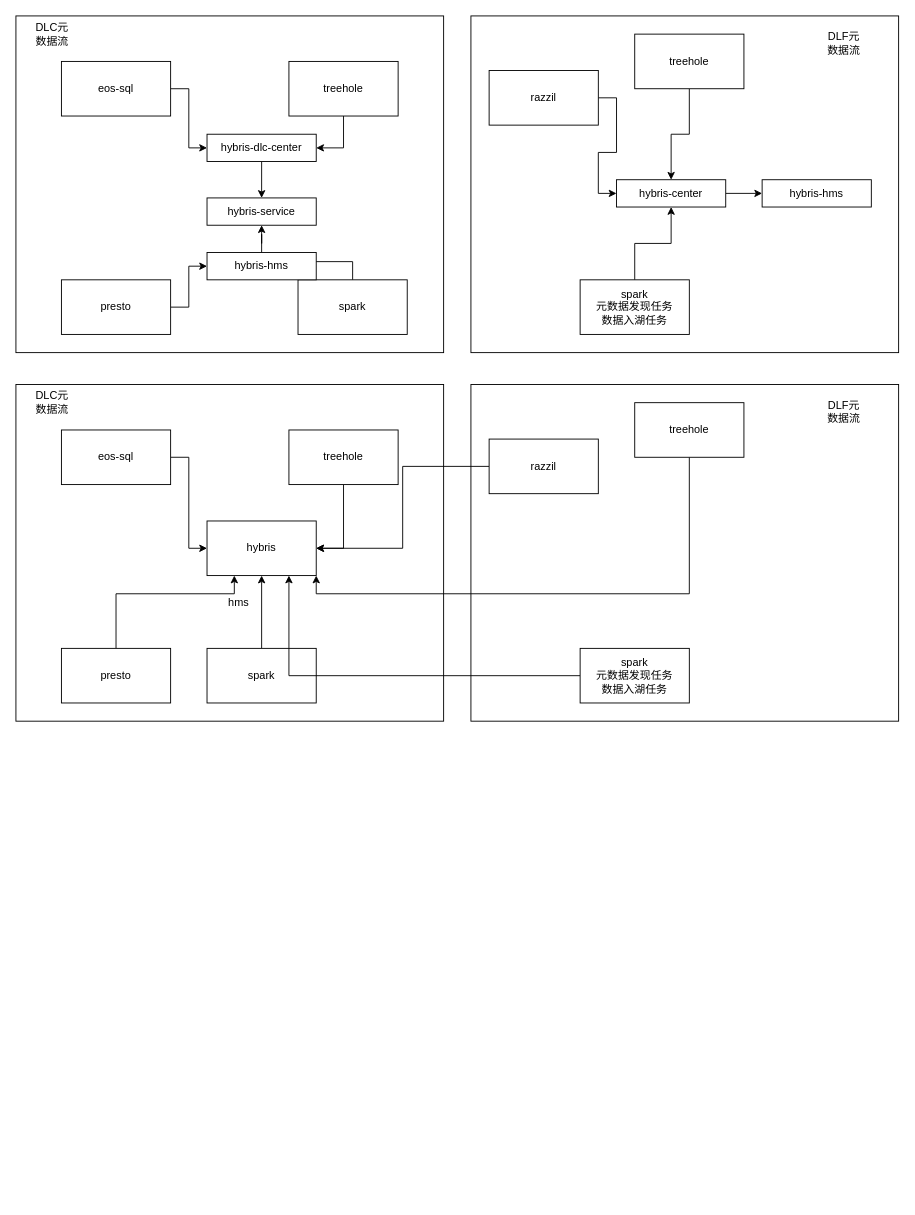
This is DLC DLF元数据打通方案.drawio from yuhuali1989/ui, a draw.io file, before an edit. Source tidied: cells renumbered, new cells numbered last; positions are measured from the earlier drawing's top-left corner, leaving out a move shared by most shapes. Both pictures are drawn from the tidied source at 91%, with x=0, y=0 at pixel (15, 15).
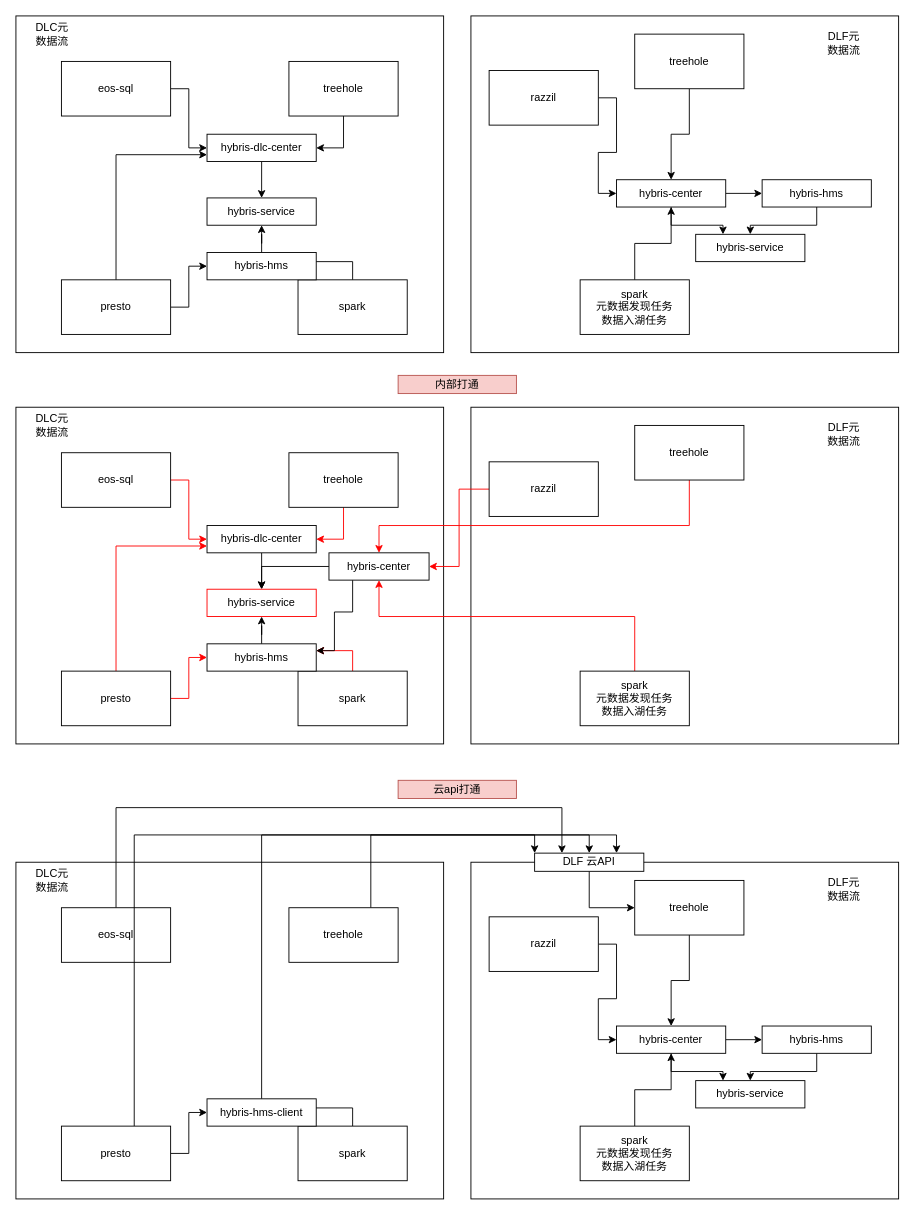
The same diagram, later.

Commit message:
Update DLC DLF元数据打通方案.drawio

The change refers to these unchanged cells:
```xml
<mxCell id="5" value="hybris-dlc-center" style="rounded=0;whiteSpace=wrap;html=1;" parent="1" vertex="1">
  <mxGeometry x="210" y="130" width="120" height="30" as="geometry" />
</mxCell>
<mxCell id="9" value="presto" style="rounded=0;whiteSpace=wrap;html=1;" parent="1" vertex="1">
  <mxGeometry x="50" y="290" width="120" height="60" as="geometry" />
</mxCell>
<mxCell id="17" value="hybris-center" style="rounded=0;whiteSpace=wrap;html=1;" parent="1" vertex="1">
  <mxGeometry x="660" y="180" width="120" height="30" as="geometry" />
</mxCell>
<mxCell id="46" value="hybris-hms" style="rounded=0;whiteSpace=wrap;html=1;" parent="1" vertex="1">
  <mxGeometry x="820" y="180" width="120" height="30" as="geometry" />
</mxCell>
```

The edit, as a diff of the source:
```diff
@@
+    <mxCell id="48" style="edgeStyle=orthogonalEdgeStyle;rounded=0;jettySize=auto;html=1;entryX=0;entryY=0.75;entryDx=0;entryDy=0;" parent="1" edge="1" source="9" target="5">
+      <mxGeometry relative="1" as="geometry">
+        <Array as="points">
+          <mxPoint x="110" y="153" />
+        </Array>
+      </mxGeometry>
+    </mxCell>
@@
+    <mxCell id="49" style="edgeStyle=orthogonalEdgeStyle;rounded=0;jettySize=auto;html=1;entryX=0.25;entryY=0;entryDx=0;entryDy=0;" parent="1" edge="1" source="17" target="51">
+      <mxGeometry relative="1" as="geometry" />
+    </mxCell>
@@
-    <mxCell id="24" style="rounded=0;whiteSpace=wrap;html=1;" parent="1" vertex="1">
-      <mxGeometry x="500" y="405" width="470" height="370" as="geometry" />
-    </mxCell>
-    <mxCell id="25" style="rounded=0;whiteSpace=wrap;html=1;" parent="1" vertex="1">
-      <mxGeometry y="405" width="470" height="370" as="geometry" />
-    </mxCell>
-    <mxCell id="26" value="hybris" style="rounded=0;whiteSpace=wrap;html=1;" parent="1" vertex="1">
-      <mxGeometry x="210" y="555" width="120" height="60" as="geometry" />
-    </mxCell>
-    <mxCell id="27" style="edgeStyle=orthogonalEdgeStyle;rounded=0;jettySize=auto;html=1;entryX=0;entryY=0.5;entryDx=0;entryDy=0;" parent="1" edge="1" source="28" target="26">
-      <mxGeometry relative="1" as="geometry" />
-    </mxCell>
-    <mxCell id="28" value="eos-sql" style="rounded=0;whiteSpace=wrap;html=1;" parent="1" vertex="1">
-      <mxGeometry x="50" y="455" width="120" height="60" as="geometry" />
-    </mxCell>
-    <mxCell id="29" style="edgeStyle=orthogonalEdgeStyle;rounded=0;jettySize=auto;html=1;entryX=0.25;entryY=1;entryDx=0;entryDy=0;" parent="1" edge="1" source="30" target="26">
-      <mxGeometry relative="1" as="geometry">
-        <Array as="points">
-          <mxPoint x="110" y="635" />
-          <mxPoint x="240" y="635" />
-        </Array>
-      </mxGeometry>
-    </mxCell>
-    <mxCell id="30" value="presto" style="rounded=0;whiteSpace=wrap;html=1;" parent="1" vertex="1">
-      <mxGeometry x="50" y="695" width="120" height="60" as="geometry" />
-    </mxCell>
-    <mxCell id="31" style="edgeStyle=orthogonalEdgeStyle;rounded=0;jettySize=auto;html=1;entryX=0.5;entryY=1;entryDx=0;entryDy=0;" parent="1" edge="1" source="32" target="26">
-      <mxGeometry relative="1" as="geometry" />
-    </mxCell>
-    <mxCell id="32" value="spark" style="rounded=0;whiteSpace=wrap;html=1;" parent="1" vertex="1">
-      <mxGeometry x="210" y="695" width="120" height="60" as="geometry" />
-    </mxCell>
-    <mxCell id="33" style="edgeStyle=orthogonalEdgeStyle;rounded=0;jettySize=auto;html=1;entryX=1;entryY=0.5;entryDx=0;entryDy=0;" parent="1" edge="1" source="34" target="26">
-      <mxGeometry relative="1" as="geometry" />
-    </mxCell>
-    <mxCell id="34" value="treehole" style="rounded=0;whiteSpace=wrap;html=1;" parent="1" vertex="1">
-      <mxGeometry x="300" y="455" width="120" height="60" as="geometry" />
-    </mxCell>
-    <mxCell id="35" style="edgeStyle=orthogonalEdgeStyle;rounded=0;jettySize=auto;html=1;entryX=1;entryY=0.5;entryDx=0;entryDy=0;" parent="1" edge="1" source="36" target="26">
-      <mxGeometry relative="1" as="geometry" />
-    </mxCell>
-    <mxCell id="36" value="razzil" style="rounded=0;whiteSpace=wrap;html=1;" parent="1" vertex="1">
-      <mxGeometry x="520" y="465" width="120" height="60" as="geometry" />
-    </mxCell>
-    <mxCell id="37" value="DLC元数据流" style="text;html=1;strokeColor=none;fillColor=none;align=center;verticalAlign=middle;whiteSpace=wrap;rounded=0;" parent="1" vertex="1">
-      <mxGeometry x="20" y="415" width="40" height="20" as="geometry" />
-    </mxCell>
-    <mxCell id="38" value="hms" style="text;html=1;strokeColor=none;fillColor=none;align=center;verticalAlign=middle;whiteSpace=wrap;rounded=0;" parent="1" vertex="1">
-      <mxGeometry x="220" y="635" width="50" height="20" as="geometry" />
-    </mxCell>
-    <mxCell id="39" style="edgeStyle=orthogonalEdgeStyle;rounded=0;jettySize=auto;html=1;entryX=1;entryY=1;entryDx=0;entryDy=0;" parent="1" edge="1" source="40" target="26">
-      <mxGeometry relative="1" as="geometry">
-        <Array as="points">
-          <mxPoint x="740" y="635" />
-          <mxPoint x="330" y="635" />
-        </Array>
-      </mxGeometry>
-    </mxCell>
-    <mxCell id="40" value="treehole" style="rounded=0;whiteSpace=wrap;html=1;" parent="1" vertex="1">
-      <mxGeometry x="680" y="425" width="120" height="60" as="geometry" />
-    </mxCell>
-    <mxCell id="41" style="edgeStyle=orthogonalEdgeStyle;rounded=0;jettySize=auto;html=1;entryX=0.75;entryY=1;entryDx=0;entryDy=0;" parent="1" edge="1" source="42" target="26">
-      <mxGeometry relative="1" as="geometry" />
-    </mxCell>
-    <mxCell id="42" value="spark&lt;br&gt;元数据发现任务&lt;br&gt;数据入湖任务" style="rounded=0;whiteSpace=wrap;html=1;" parent="1" vertex="1">
-      <mxGeometry x="620" y="695" width="120" height="60" as="geometry" />
-    </mxCell>
-    <mxCell id="43" value="DLF元数据流" style="text;html=1;strokeColor=none;fillColor=none;align=center;verticalAlign=middle;whiteSpace=wrap;rounded=0;" parent="1" vertex="1">
-      <mxGeometry x="890" y="425" width="40" height="20" as="geometry" />
-    </mxCell>
@@
+    <mxCell id="50" style="edgeStyle=orthogonalEdgeStyle;rounded=0;jettySize=auto;html=1;" parent="1" edge="1" source="46" target="51">
+      <mxGeometry relative="1" as="geometry" />
+    </mxCell>
@@
+    <mxCell id="51" value="hybris-service" style="rounded=0;whiteSpace=wrap;html=1;" parent="1" vertex="1">
+      <mxGeometry x="747" y="240" width="120" height="30" as="geometry" />
+    </mxCell>
+    <mxCell id="52" style="rounded=0;whiteSpace=wrap;html=1;" parent="1" vertex="1">
+      <mxGeometry x="500" y="430" width="470" height="370" as="geometry" />
+    </mxCell>
+    <mxCell id="53" style="rounded=0;whiteSpace=wrap;html=1;" parent="1" vertex="1">
+      <mxGeometry y="430" width="470" height="370" as="geometry" />
+    </mxCell>
+    <mxCell id="54" style="edgeStyle=orthogonalEdgeStyle;rounded=0;jettySize=auto;html=1;entryX=0.5;entryY=0;entryDx=0;entryDy=0;" parent="1" edge="1" source="55" target="78">
+      <mxGeometry relative="1" as="geometry" />
+    </mxCell>
+    <mxCell id="55" value="hybris-dlc-center" style="rounded=0;whiteSpace=wrap;html=1;" parent="1" vertex="1">
+      <mxGeometry x="210" y="560" width="120" height="30" as="geometry" />
+    </mxCell>
+    <mxCell id="56" style="edgeStyle=orthogonalEdgeStyle;rounded=0;jettySize=auto;html=1;entryX=0;entryY=0.5;entryDx=0;entryDy=0;strokeColor=#FF0000;" parent="1" edge="1" source="57" target="55">
+      <mxGeometry relative="1" as="geometry" />
+    </mxCell>
+    <mxCell id="57" value="eos-sql" style="rounded=0;whiteSpace=wrap;html=1;" parent="1" vertex="1">
+      <mxGeometry x="50" y="480" width="120" height="60" as="geometry" />
+    </mxCell>
+    <mxCell id="58" style="edgeStyle=orthogonalEdgeStyle;rounded=0;jettySize=auto;html=1;entryX=0;entryY=0.5;entryDx=0;entryDy=0;strokeColor=#FF0000;" parent="1" edge="1" source="60" target="77">
+      <mxGeometry relative="1" as="geometry" />
+    </mxCell>
+    <mxCell id="59" style="edgeStyle=orthogonalEdgeStyle;rounded=0;jettySize=auto;html=1;entryX=0;entryY=0.75;entryDx=0;entryDy=0;strokeColor=#FF0000;" parent="1" edge="1" source="60" target="55">
+      <mxGeometry relative="1" as="geometry">
+        <Array as="points">
+          <mxPoint x="110" y="583" />
+        </Array>
+      </mxGeometry>
+    </mxCell>
+    <mxCell id="60" value="presto" style="rounded=0;whiteSpace=wrap;html=1;" parent="1" vertex="1">
+      <mxGeometry x="50" y="720" width="120" height="60" as="geometry" />
+    </mxCell>
+    <mxCell id="61" style="edgeStyle=orthogonalEdgeStyle;rounded=0;jettySize=auto;html=1;entryX=1;entryY=0.25;entryDx=0;entryDy=0;strokeColor=#FF0000;" parent="1" edge="1" source="62" target="77">
+      <mxGeometry relative="1" as="geometry" />
+    </mxCell>
+    <mxCell id="62" value="spark" style="rounded=0;whiteSpace=wrap;html=1;" parent="1" vertex="1">
+      <mxGeometry x="310" y="720" width="120" height="60" as="geometry" />
+    </mxCell>
+    <mxCell id="63" style="edgeStyle=orthogonalEdgeStyle;rounded=0;jettySize=auto;html=1;entryX=1;entryY=0.5;entryDx=0;entryDy=0;strokeColor=#FF0000;" parent="1" edge="1" source="64" target="55">
+      <mxGeometry relative="1" as="geometry" />
+    </mxCell>
+    <mxCell id="64" value="treehole" style="rounded=0;whiteSpace=wrap;html=1;" parent="1" vertex="1">
+      <mxGeometry x="300" y="480" width="120" height="60" as="geometry" />
+    </mxCell>
+    <mxCell id="65" style="edgeStyle=orthogonalEdgeStyle;rounded=0;jettySize=auto;html=1;entryX=1;entryY=0.5;entryDx=0;entryDy=0;strokeColor=#FF0000;" parent="1" edge="1" source="66" target="69">
+      <mxGeometry relative="1" as="geometry" />
+    </mxCell>
+    <mxCell id="66" value="razzil" style="rounded=0;whiteSpace=wrap;html=1;" parent="1" vertex="1">
+      <mxGeometry x="520" y="490" width="120" height="60" as="geometry" />
+    </mxCell>
+    <mxCell id="67" style="edgeStyle=orthogonalEdgeStyle;rounded=0;jettySize=auto;html=1;exitX=0;exitY=0.5;exitDx=0;exitDy=0;" parent="1" edge="1" source="69" target="78">
+      <mxGeometry relative="1" as="geometry" />
+    </mxCell>
+    <mxCell id="68" style="edgeStyle=orthogonalEdgeStyle;rounded=0;jettySize=auto;html=1;entryX=1;entryY=0.25;entryDx=0;entryDy=0;" parent="1" edge="1" source="69" target="77">
+      <mxGeometry relative="1" as="geometry">
+        <Array as="points">
+          <mxPoint x="370" y="655" />
+          <mxPoint x="350" y="655" />
+          <mxPoint x="350" y="698" />
+        </Array>
+      </mxGeometry>
+    </mxCell>
+    <mxCell id="69" value="hybris-center" style="rounded=0;whiteSpace=wrap;html=1;" parent="1" vertex="1">
+      <mxGeometry x="344" y="590" width="110" height="30" as="geometry" />
+    </mxCell>
+    <mxCell id="70" value="DLC元数据流" style="text;html=1;strokeColor=none;fillColor=none;align=center;verticalAlign=middle;whiteSpace=wrap;rounded=0;" parent="1" vertex="1">
+      <mxGeometry x="20" y="440" width="40" height="20" as="geometry" />
+    </mxCell>
+    <mxCell id="71" style="edgeStyle=orthogonalEdgeStyle;rounded=0;jettySize=auto;html=1;strokeColor=#FF0000;" parent="1" edge="1" source="72" target="69">
+      <mxGeometry relative="1" as="geometry">
+        <Array as="points">
+          <mxPoint x="740" y="560" />
+          <mxPoint x="399" y="560" />
+        </Array>
+      </mxGeometry>
+    </mxCell>
+    <mxCell id="72" value="treehole" style="rounded=0;whiteSpace=wrap;html=1;" parent="1" vertex="1">
+      <mxGeometry x="680" y="450" width="120" height="60" as="geometry" />
+    </mxCell>
+    <mxCell id="73" style="edgeStyle=orthogonalEdgeStyle;rounded=0;jettySize=auto;html=1;strokeColor=#FF0000;" parent="1" edge="1" source="74" target="69">
+      <mxGeometry relative="1" as="geometry">
+        <Array as="points">
+          <mxPoint x="680" y="660" />
+          <mxPoint x="399" y="660" />
+        </Array>
+      </mxGeometry>
+    </mxCell>
+    <mxCell id="74" value="spark&lt;br&gt;元数据发现任务&lt;br&gt;数据入湖任务" style="rounded=0;whiteSpace=wrap;html=1;" parent="1" vertex="1">
+      <mxGeometry x="620" y="720" width="120" height="60" as="geometry" />
+    </mxCell>
+    <mxCell id="75" value="DLF元数据流" style="text;html=1;strokeColor=none;fillColor=none;align=center;verticalAlign=middle;whiteSpace=wrap;rounded=0;" parent="1" vertex="1">
+      <mxGeometry x="890" y="450" width="40" height="20" as="geometry" />
+    </mxCell>
+    <mxCell id="76" style="edgeStyle=orthogonalEdgeStyle;rounded=0;jettySize=auto;html=1;" parent="1" edge="1" source="77" target="78">
+      <mxGeometry relative="1" as="geometry" />
+    </mxCell>
+    <mxCell id="77" value="hybris-hms" style="rounded=0;whiteSpace=wrap;html=1;" parent="1" vertex="1">
+      <mxGeometry x="210" y="690" width="120" height="30" as="geometry" />
+    </mxCell>
+    <mxCell id="78" value="hybris-service" style="rounded=0;whiteSpace=wrap;html=1;strokeColor=#FF0000;" parent="1" vertex="1">
+      <mxGeometry x="210" y="630" width="120" height="30" as="geometry" />
+    </mxCell>
+    <mxCell id="79" style="rounded=0;whiteSpace=wrap;html=1;" parent="1" vertex="1">
+      <mxGeometry x="500" y="930" width="470" height="370" as="geometry" />
+    </mxCell>
+    <mxCell id="80" style="rounded=0;whiteSpace=wrap;html=1;" parent="1" vertex="1">
+      <mxGeometry y="930" width="470" height="370" as="geometry" />
+    </mxCell>
+    <mxCell id="81" style="edgeStyle=orthogonalEdgeStyle;rounded=0;jettySize=auto;html=1;entryX=0.25;entryY=0;entryDx=0;entryDy=0;" parent="1" edge="1" source="82" target="107">
+      <mxGeometry relative="1" as="geometry">
+        <Array as="points">
+          <mxPoint x="110" y="870" />
+          <mxPoint x="600" y="870" />
+        </Array>
+      </mxGeometry>
+    </mxCell>
+    <mxCell id="82" value="eos-sql" style="rounded=0;whiteSpace=wrap;html=1;" parent="1" vertex="1">
+      <mxGeometry x="50" y="980" width="120" height="60" as="geometry" />
+    </mxCell>
+    <mxCell id="83" style="edgeStyle=orthogonalEdgeStyle;rounded=0;jettySize=auto;html=1;entryX=0;entryY=0.5;entryDx=0;entryDy=0;" parent="1" edge="1" source="85" target="102">
+      <mxGeometry relative="1" as="geometry" />
+    </mxCell>
+    <mxCell id="84" style="edgeStyle=orthogonalEdgeStyle;rounded=0;jettySize=auto;html=1;entryX=0.75;entryY=0;entryDx=0;entryDy=0;" parent="1" edge="1" source="85" target="107">
+      <mxGeometry relative="1" as="geometry">
+        <Array as="points">
+          <mxPoint x="130" y="900" />
+          <mxPoint x="660" y="900" />
+        </Array>
+      </mxGeometry>
+    </mxCell>
+    <mxCell id="85" value="presto" style="rounded=0;whiteSpace=wrap;html=1;" parent="1" vertex="1">
+      <mxGeometry x="50" y="1220" width="120" height="60" as="geometry" />
+    </mxCell>
+    <mxCell id="86" style="edgeStyle=orthogonalEdgeStyle;rounded=0;jettySize=auto;html=1;entryX=1;entryY=0.5;entryDx=0;entryDy=0;" parent="1" edge="1" source="87" target="102">
+      <mxGeometry relative="1" as="geometry" />
+    </mxCell>
+    <mxCell id="87" value="spark" style="rounded=0;whiteSpace=wrap;html=1;" parent="1" vertex="1">
+      <mxGeometry x="310" y="1220" width="120" height="60" as="geometry" />
+    </mxCell>
+    <mxCell id="88" style="edgeStyle=orthogonalEdgeStyle;rounded=0;jettySize=auto;html=1;entryX=0;entryY=0;entryDx=0;entryDy=0;" parent="1" edge="1" source="89" target="107">
+      <mxGeometry relative="1" as="geometry">
+        <Array as="points">
+          <mxPoint x="390" y="900" />
+          <mxPoint x="570" y="900" />
+        </Array>
+      </mxGeometry>
+    </mxCell>
+    <mxCell id="89" value="treehole" style="rounded=0;whiteSpace=wrap;html=1;" parent="1" vertex="1">
+      <mxGeometry x="300" y="980" width="120" height="60" as="geometry" />
+    </mxCell>
+    <mxCell id="90" style="edgeStyle=orthogonalEdgeStyle;rounded=0;jettySize=auto;html=1;entryX=0;entryY=0.5;entryDx=0;entryDy=0;" parent="1" edge="1" source="91" target="94">
+      <mxGeometry relative="1" as="geometry" />
+    </mxCell>
+    <mxCell id="91" value="razzil" style="rounded=0;whiteSpace=wrap;html=1;" parent="1" vertex="1">
+      <mxGeometry x="520" y="990" width="120" height="60" as="geometry" />
+    </mxCell>
+    <mxCell id="92" style="edgeStyle=orthogonalEdgeStyle;rounded=0;jettySize=auto;html=1;exitX=1;exitY=0.5;exitDx=0;exitDy=0;entryX=0;entryY=0.5;entryDx=0;entryDy=0;" parent="1" edge="1" source="94" target="104">
+      <mxGeometry relative="1" as="geometry" />
+    </mxCell>
+    <mxCell id="93" style="edgeStyle=orthogonalEdgeStyle;rounded=0;jettySize=auto;html=1;entryX=0.25;entryY=0;entryDx=0;entryDy=0;" parent="1" edge="1" source="94" target="105">
+      <mxGeometry relative="1" as="geometry" />
+    </mxCell>
+    <mxCell id="94" value="hybris-center" style="rounded=0;whiteSpace=wrap;html=1;" parent="1" vertex="1">
+      <mxGeometry x="660" y="1110" width="120" height="30" as="geometry" />
+    </mxCell>
+    <mxCell id="95" value="DLC元数据流" style="text;html=1;strokeColor=none;fillColor=none;align=center;verticalAlign=middle;whiteSpace=wrap;rounded=0;" parent="1" vertex="1">
+      <mxGeometry x="20" y="940" width="40" height="20" as="geometry" />
+    </mxCell>
+    <mxCell id="96" style="edgeStyle=orthogonalEdgeStyle;rounded=0;jettySize=auto;html=1;" parent="1" edge="1" source="97" target="94">
+      <mxGeometry relative="1" as="geometry" />
+    </mxCell>
+    <mxCell id="97" value="treehole" style="rounded=0;whiteSpace=wrap;html=1;" parent="1" vertex="1">
+      <mxGeometry x="680" y="950" width="120" height="60" as="geometry" />
+    </mxCell>
+    <mxCell id="98" style="edgeStyle=orthogonalEdgeStyle;rounded=0;jettySize=auto;html=1;entryX=0.5;entryY=1;entryDx=0;entryDy=0;" parent="1" edge="1" source="99" target="94">
+      <mxGeometry relative="1" as="geometry" />
+    </mxCell>
+    <mxCell id="99" value="spark&lt;br&gt;元数据发现任务&lt;br&gt;数据入湖任务" style="rounded=0;whiteSpace=wrap;html=1;" parent="1" vertex="1">
+      <mxGeometry x="620" y="1220" width="120" height="60" as="geometry" />
+    </mxCell>
+    <mxCell id="100" value="DLF元数据流" style="text;html=1;strokeColor=none;fillColor=none;align=center;verticalAlign=middle;whiteSpace=wrap;rounded=0;" parent="1" vertex="1">
+      <mxGeometry x="890" y="950" width="40" height="20" as="geometry" />
+    </mxCell>
+    <mxCell id="101" style="edgeStyle=orthogonalEdgeStyle;rounded=0;jettySize=auto;html=1;entryX=0.5;entryY=0;entryDx=0;entryDy=0;" parent="1" edge="1" source="102" target="107">
+      <mxGeometry relative="1" as="geometry">
+        <Array as="points">
+          <mxPoint x="270" y="900" />
+          <mxPoint x="630" y="900" />
+        </Array>
+      </mxGeometry>
+    </mxCell>
+    <mxCell id="102" value="hybris-hms-client" style="rounded=0;whiteSpace=wrap;html=1;" parent="1" vertex="1">
+      <mxGeometry x="210" y="1190" width="120" height="30" as="geometry" />
+    </mxCell>
+    <mxCell id="103" style="edgeStyle=orthogonalEdgeStyle;rounded=0;jettySize=auto;html=1;" parent="1" edge="1" source="104" target="105">
+      <mxGeometry relative="1" as="geometry" />
+    </mxCell>
+    <mxCell id="104" value="hybris-hms" style="rounded=0;whiteSpace=wrap;html=1;" parent="1" vertex="1">
+      <mxGeometry x="820" y="1110" width="120" height="30" as="geometry" />
+    </mxCell>
+    <mxCell id="105" value="hybris-service" style="rounded=0;whiteSpace=wrap;html=1;" parent="1" vertex="1">
+      <mxGeometry x="747" y="1170" width="120" height="30" as="geometry" />
+    </mxCell>
+    <mxCell id="106" style="edgeStyle=orthogonalEdgeStyle;rounded=0;jettySize=auto;html=1;entryX=0;entryY=0.5;entryDx=0;entryDy=0;" parent="1" edge="1" source="107" target="97">
+      <mxGeometry relative="1" as="geometry" />
+    </mxCell>
+    <mxCell id="107" value="DLF 云API" style="rounded=0;whiteSpace=wrap;html=1;" parent="1" vertex="1">
+      <mxGeometry x="570" y="920" width="120" height="20" as="geometry" />
+    </mxCell>
+    <mxCell id="108" value="内部打通" style="text;html=1;strokeColor=#b85450;fillColor=#f8cecc;align=center;verticalAlign=middle;whiteSpace=wrap;rounded=0;" parent="1" vertex="1">
+      <mxGeometry x="420" y="395" width="130" height="20" as="geometry" />
+    </mxCell>
+    <mxCell id="109" value="云api打通" style="text;html=1;strokeColor=#b85450;fillColor=#f8cecc;align=center;verticalAlign=middle;whiteSpace=wrap;rounded=0;" parent="1" vertex="1">
+      <mxGeometry x="420" y="840" width="130" height="20" as="geometry" />
+    </mxCell>
```
